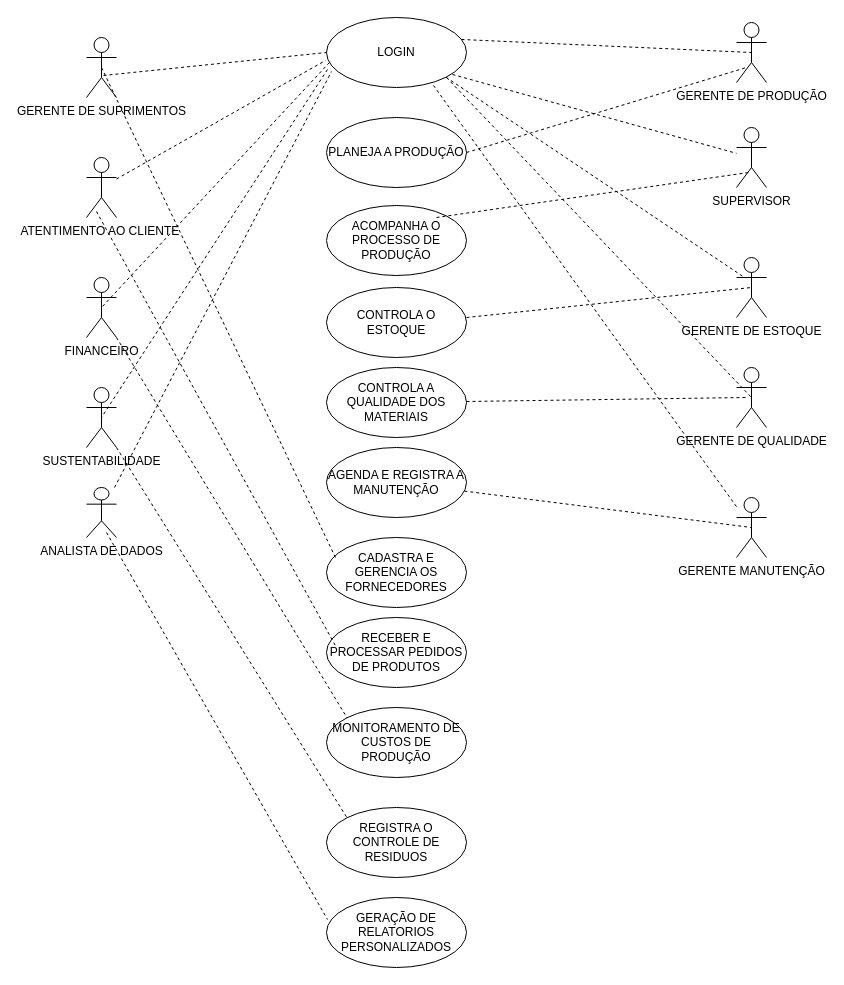
Above: Diagrama sem nome.drawio in michaelzin/Alumicad (draw.io), before the change. Source tidied: cells renumbered, new cells numbered last; positions are measured from the earlier drawing's top-left corner, leaving out a move shared by most shapes. Both pictures are drawn from the tidied source at 100%, with x=0, y=0 at pixel (86, 17).
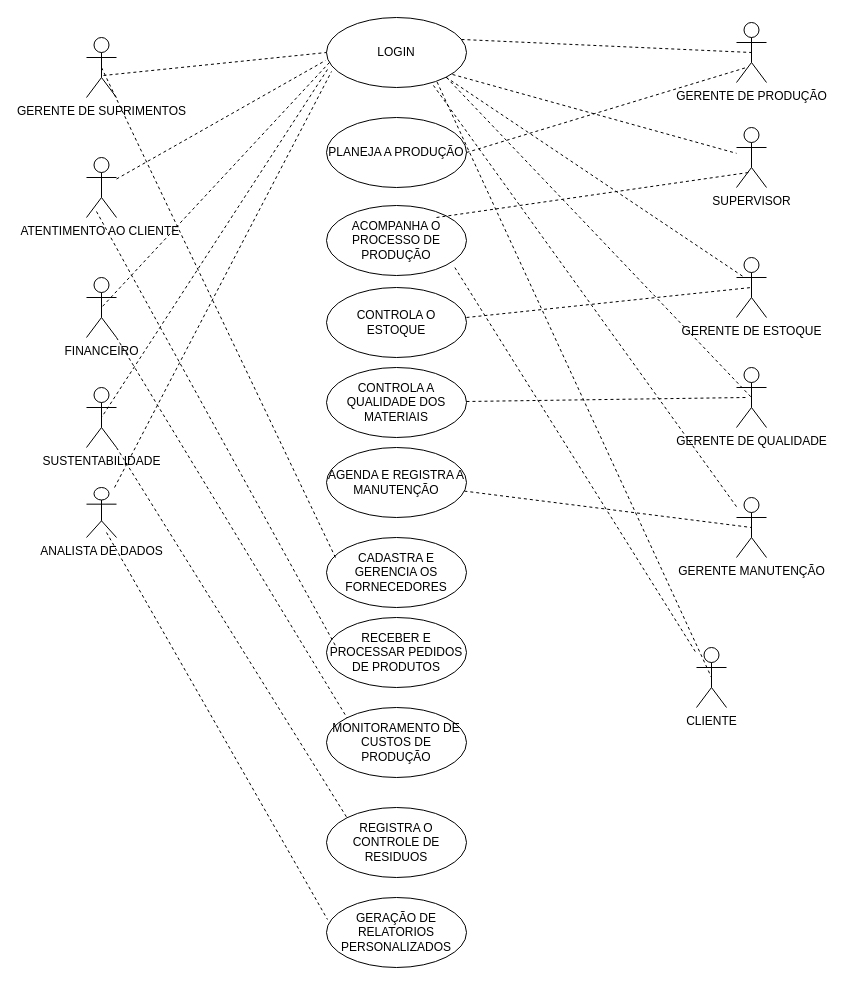
The same page after the edit.

The change refers to these unchanged cells:
```xml
<mxCell id="12" value="LOGIN" style="ellipse;whiteSpace=wrap;html=1;" parent="1" vertex="1">
  <mxGeometry x="240" width="140" height="70" as="geometry" />
</mxCell>
<mxCell id="25" value="ACOMPANHA O PROCESSO DE PRODUÇÃO" style="ellipse;whiteSpace=wrap;html=1;" parent="1" vertex="1">
  <mxGeometry x="240" y="188" width="140" height="70" as="geometry" />
</mxCell>
```

Change to the diagram source:
```diff
@@
+    <mxCell id="43" value="CLIENTE" style="shape=umlActor;verticalLabelPosition=bottom;verticalAlign=top;html=1;" parent="1" vertex="1">
+      <mxGeometry x="610" y="630" width="30" height="60" as="geometry" />
+    </mxCell>
+    <mxCell id="44" style="endArrow=none;dashed=1;html=1;rounded=0;entryX=0.5;entryY=0.5;entryDx=0;entryDy=0;entryPerimeter=0;exitX=0.79;exitY=0.922;exitDx=0;exitDy=0;exitPerimeter=0;" parent="1" edge="1" source="12" target="43">
+      <mxGeometry relative="1" as="geometry" />
+    </mxCell>
+    <mxCell id="45" style="endArrow=none;dashed=1;html=1;rounded=0;exitX=0.917;exitY=0.887;exitDx=0;exitDy=0;exitPerimeter=0;" parent="1" edge="1" source="25" target="43">
+      <mxGeometry relative="1" as="geometry" />
+    </mxCell>
```
